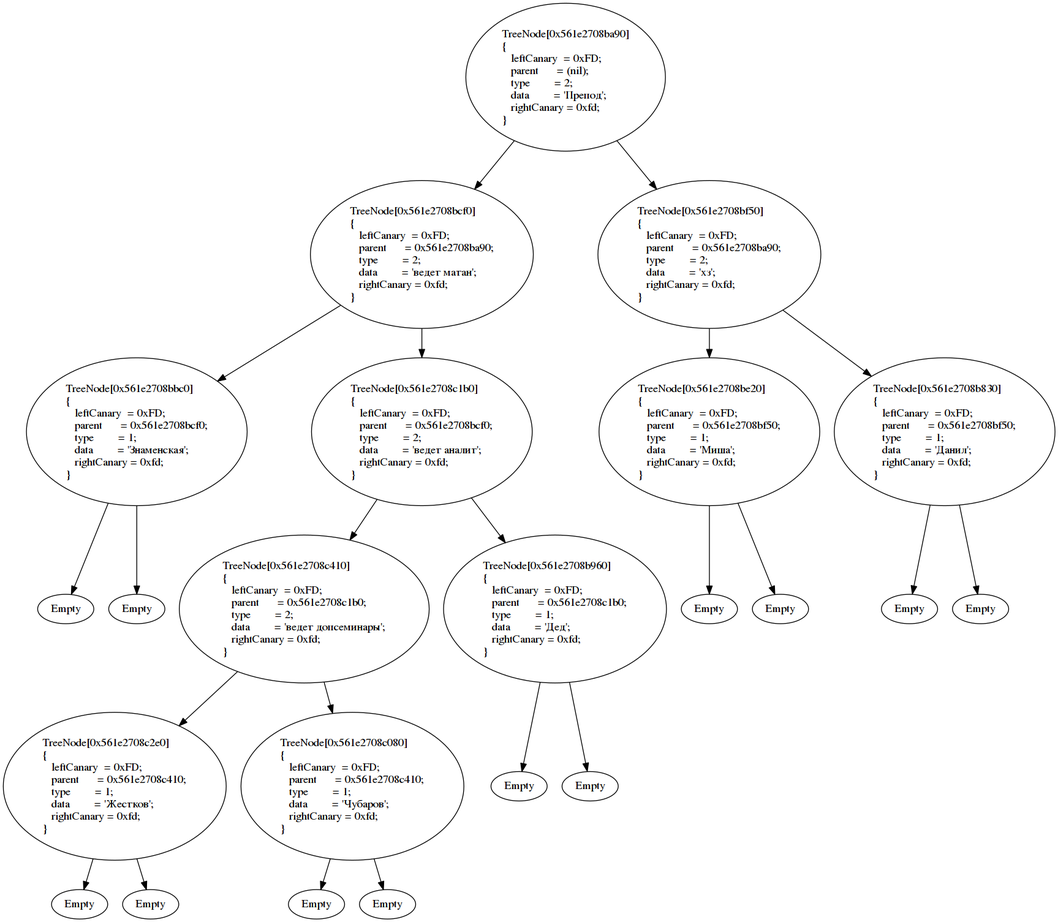
Above: Akinator/AkinatorDump.png in ZeronSix/technotrack (Graphviz), before the change. Its source is kept beside it as Akinator/AkinatorDump.gv.
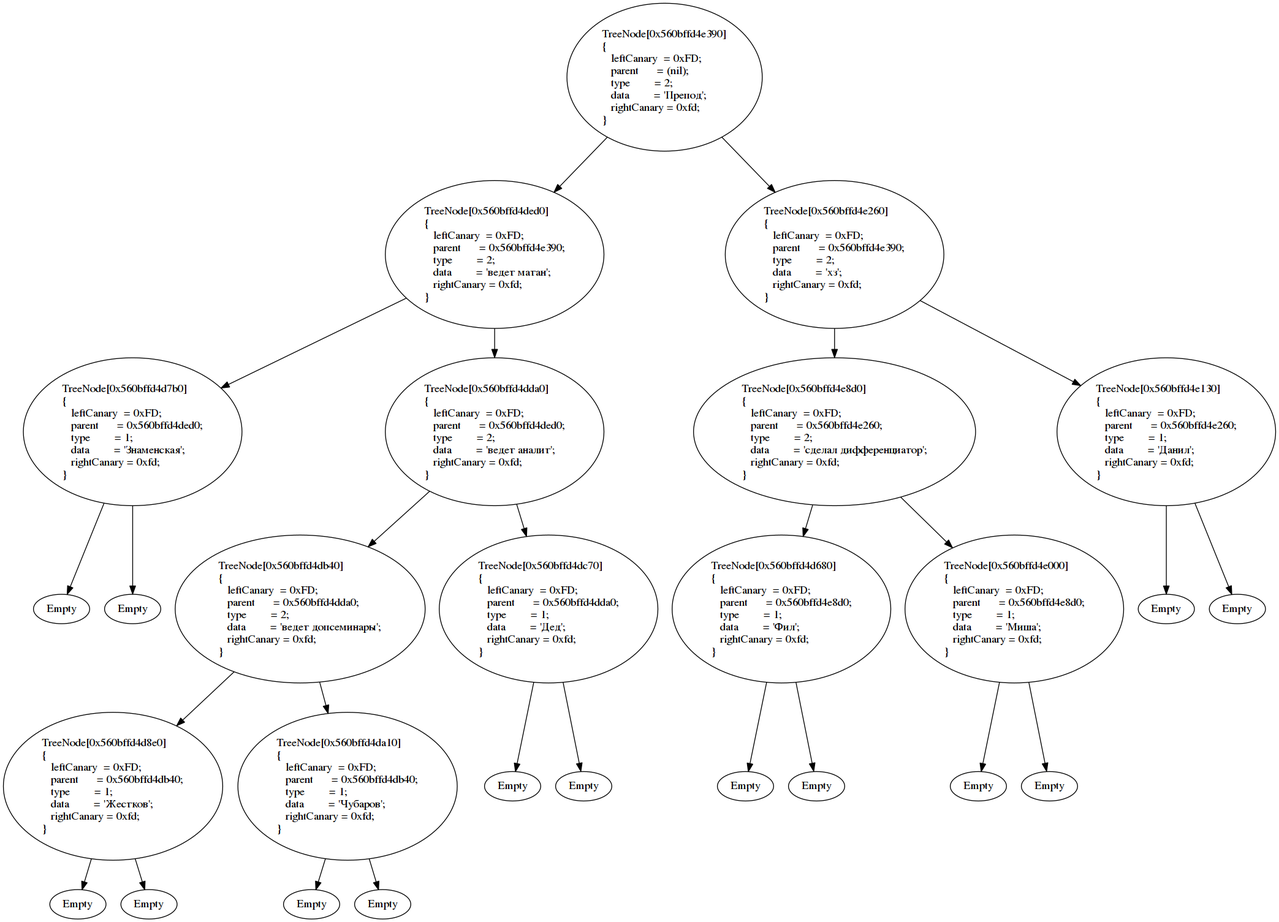
Above is the later version.

What changed in the source:
```diff
@@ -1,47 +1,55 @@
 digraph G {
-TreeNode_0x561e2708ba90 [label="TreeNode[0x561e2708ba90]\l{\l   leftCanary  = 0xFD;\l   parent      = (nil);\l   type        = 2;\l   data        = 'Препод';\l   rightCanary = 0xfd;\l}\l"]
-TreeNode_0x561e2708bcf0 [label="TreeNode[0x561e2708bcf0]\l{\l   leftCanary  = 0xFD;\l   parent      = 0x561e2708ba90;\l   type        = 2;\l   data        = 'ведет матан';\l   rightCanary = 0xfd;\l}\l"]
-TreeNode_0x561e2708bbc0 [label="TreeNode[0x561e2708bbc0]\l{\l   leftCanary  = 0xFD;\l   parent      = 0x561e2708bcf0;\l   type        = 1;\l   data        = 'Знаменская';\l   rightCanary = 0xfd;\l}\l"]
-TreeNode_0x561e2708bbc0_Left [label="Empty"]
-TreeNode_0x561e2708bbc0 -> TreeNode_0x561e2708bbc0_Left
-TreeNode_0x561e2708bbc0_Right [label="Empty"]
-TreeNode_0x561e2708bbc0 -> TreeNode_0x561e2708bbc0_Right
-TreeNode_0x561e2708c1b0 [label="TreeNode[0x561e2708c1b0]\l{\l   leftCanary  = 0xFD;\l   parent      = 0x561e2708bcf0;\l   type        = 2;\l   data        = 'ведет аналит';\l   rightCanary = 0xfd;\l}\l"]
-TreeNode_0x561e2708c410 [label="TreeNode[0x561e2708c410]\l{\l   leftCanary  = 0xFD;\l   parent      = 0x561e2708c1b0;\l   type        = 2;\l   data        = 'ведет допсеминары';\l   rightCanary = 0xfd;\l}\l"]
-TreeNode_0x561e2708c2e0 [label="TreeNode[0x561e2708c2e0]\l{\l   leftCanary  = 0xFD;\l   parent      = 0x561e2708c410;\l   type        = 1;\l   data        = 'Жестков';\l   rightCanary = 0xfd;\l}\l"]
-TreeNode_0x561e2708c2e0_Left [label="Empty"]
-TreeNode_0x561e2708c2e0 -> TreeNode_0x561e2708c2e0_Left
-TreeNode_0x561e2708c2e0_Right [label="Empty"]
-TreeNode_0x561e2708c2e0 -> TreeNode_0x561e2708c2e0_Right
-TreeNode_0x561e2708c080 [label="TreeNode[0x561e2708c080]\l{\l   leftCanary  = 0xFD;\l   parent      = 0x561e2708c410;\l   type        = 1;\l   data        = 'Чубаров';\l   rightCanary = 0xfd;\l}\l"]
-TreeNode_0x561e2708c080_Left [label="Empty"]
-TreeNode_0x561e2708c080 -> TreeNode_0x561e2708c080_Left
-TreeNode_0x561e2708c080_Right [label="Empty"]
-TreeNode_0x561e2708c080 -> TreeNode_0x561e2708c080_Right
-TreeNode_0x561e2708c410 -> TreeNode_0x561e2708c2e0
-TreeNode_0x561e2708c410 -> TreeNode_0x561e2708c080
-TreeNode_0x561e2708b960 [label="TreeNode[0x561e2708b960]\l{\l   leftCanary  = 0xFD;\l   parent      = 0x561e2708c1b0;\l   type        = 1;\l   data        = 'Дед';\l   rightCanary = 0xfd;\l}\l"]
-TreeNode_0x561e2708b960_Left [label="Empty"]
-TreeNode_0x561e2708b960 -> TreeNode_0x561e2708b960_Left
-TreeNode_0x561e2708b960_Right [label="Empty"]
-TreeNode_0x561e2708b960 -> TreeNode_0x561e2708b960_Right
-TreeNode_0x561e2708c1b0 -> TreeNode_0x561e2708c410
-TreeNode_0x561e2708c1b0 -> TreeNode_0x561e2708b960
-TreeNode_0x561e2708bcf0 -> TreeNode_0x561e2708bbc0
-TreeNode_0x561e2708bcf0 -> TreeNode_0x561e2708c1b0
-TreeNode_0x561e2708bf50 [label="TreeNode[0x561e2708bf50]\l{\l   leftCanary  = 0xFD;\l   parent      = 0x561e2708ba90;\l   type        = 2;\l   data        = 'хз';\l   rightCanary = 0xfd;\l}\l"]
-TreeNode_0x561e2708be20 [label="TreeNode[0x561e2708be20]\l{\l   leftCanary  = 0xFD;\l   parent      = 0x561e2708bf50;\l   type        = 1;\l   data        = 'Миша';\l   rightCanary = 0xfd;\l}\l"]
-TreeNode_0x561e2708be20_Left [label="Empty"]
-TreeNode_0x561e2708be20 -> TreeNode_0x561e2708be20_Left
-TreeNode_0x561e2708be20_Right [label="Empty"]
-TreeNode_0x561e2708be20 -> TreeNode_0x561e2708be20_Right
-TreeNode_0x561e2708b830 [label="TreeNode[0x561e2708b830]\l{\l   leftCanary  = 0xFD;\l   parent      = 0x561e2708bf50;\l   type        = 1;\l   data        = 'Данил';\l   rightCanary = 0xfd;\l}\l"]
-TreeNode_0x561e2708b830_Left [label="Empty"]
-TreeNode_0x561e2708b830 -> TreeNode_0x561e2708b830_Left
-TreeNode_0x561e2708b830_Right [label="Empty"]
-TreeNode_0x561e2708b830 -> TreeNode_0x561e2708b830_Right
-TreeNode_0x561e2708bf50 -> TreeNode_0x561e2708be20
-TreeNode_0x561e2708bf50 -> TreeNode_0x561e2708b830
-TreeNode_0x561e2708ba90 -> TreeNode_0x561e2708bcf0
-TreeNode_0x561e2708ba90 -> TreeNode_0x561e2708bf50
+TreeNode_0x560bffd4e390 [label="TreeNode[0x560bffd4e390]\l{\l   leftCanary  = 0xFD;\l   parent      = (nil);\l   type        = 2;\l   data        = 'Препод';\l   rightCanary = 0xfd;\l}\l"]
+TreeNode_0x560bffd4ded0 [label="TreeNode[0x560bffd4ded0]\l{\l   leftCanary  = 0xFD;\l   parent      = 0x560bffd4e390;\l   type        = 2;\l   data        = 'ведет матан';\l   rightCanary = 0xfd;\l}\l"]
+TreeNode_0x560bffd4d7b0 [label="TreeNode[0x560bffd4d7b0]\l{\l   leftCanary  = 0xFD;\l   parent      = 0x560bffd4ded0;\l   type        = 1;\l   data        = 'Знаменская';\l   rightCanary = 0xfd;\l}\l"]
+TreeNode_0x560bffd4d7b0_Left [label="Empty"]
+TreeNode_0x560bffd4d7b0 -> TreeNode_0x560bffd4d7b0_Left
+TreeNode_0x560bffd4d7b0_Right [label="Empty"]
+TreeNode_0x560bffd4d7b0 -> TreeNode_0x560bffd4d7b0_Right
+TreeNode_0x560bffd4dda0 [label="TreeNode[0x560bffd4dda0]\l{\l   leftCanary  = 0xFD;\l   parent      = 0x560bffd4ded0;\l   type        = 2;\l   data        = 'ведет аналит';\l   rightCanary = 0xfd;\l}\l"]
+TreeNode_0x560bffd4db40 [label="TreeNode[0x560bffd4db40]\l{\l   leftCanary  = 0xFD;\l   parent      = 0x560bffd4dda0;\l   type        = 2;\l   data        = 'ведет допсеминары';\l   rightCanary = 0xfd;\l}\l"]
+TreeNode_0x560bffd4d8e0 [label="TreeNode[0x560bffd4d8e0]\l{\l   leftCanary  = 0xFD;\l   parent      = 0x560bffd4db40;\l   type        = 1;\l   data        = 'Жестков';\l   rightCanary = 0xfd;\l}\l"]
+TreeNode_0x560bffd4d8e0_Left [label="Empty"]
+TreeNode_0x560bffd4d8e0 -> TreeNode_0x560bffd4d8e0_Left
+TreeNode_0x560bffd4d8e0_Right [label="Empty"]
+TreeNode_0x560bffd4d8e0 -> TreeNode_0x560bffd4d8e0_Right
+TreeNode_0x560bffd4da10 [label="TreeNode[0x560bffd4da10]\l{\l   leftCanary  = 0xFD;\l   parent      = 0x560bffd4db40;\l   type        = 1;\l   data        = 'Чубаров';\l   rightCanary = 0xfd;\l}\l"]
+TreeNode_0x560bffd4da10_Left [label="Empty"]
+TreeNode_0x560bffd4da10 -> TreeNode_0x560bffd4da10_Left
+TreeNode_0x560bffd4da10_Right [label="Empty"]
+TreeNode_0x560bffd4da10 -> TreeNode_0x560bffd4da10_Right
+TreeNode_0x560bffd4db40 -> TreeNode_0x560bffd4d8e0
+TreeNode_0x560bffd4db40 -> TreeNode_0x560bffd4da10
+TreeNode_0x560bffd4dc70 [label="TreeNode[0x560bffd4dc70]\l{\l   leftCanary  = 0xFD;\l   parent      = 0x560bffd4dda0;\l   type        = 1;\l   data        = 'Дед';\l   rightCanary = 0xfd;\l}\l"]
+TreeNode_0x560bffd4dc70_Left [label="Empty"]
+TreeNode_0x560bffd4dc70 -> TreeNode_0x560bffd4dc70_Left
+TreeNode_0x560bffd4dc70_Right [label="Empty"]
+TreeNode_0x560bffd4dc70 -> TreeNode_0x560bffd4dc70_Right
+TreeNode_0x560bffd4dda0 -> TreeNode_0x560bffd4db40
+TreeNode_0x560bffd4dda0 -> TreeNode_0x560bffd4dc70
+TreeNode_0x560bffd4ded0 -> TreeNode_0x560bffd4d7b0
+TreeNode_0x560bffd4ded0 -> TreeNode_0x560bffd4dda0
+TreeNode_0x560bffd4e260 [label="TreeNode[0x560bffd4e260]\l{\l   leftCanary  = 0xFD;\l   parent      = 0x560bffd4e390;\l   type        = 2;\l   data        = 'хз';\l   rightCanary = 0xfd;\l}\l"]
+TreeNode_0x560bffd4e8d0 [label="TreeNode[0x560bffd4e8d0]\l{\l   leftCanary  = 0xFD;\l   parent      = 0x560bffd4e260;\l   type        = 2;\l   data        = 'сделал дифференциатор';\l   rightCanary = 0xfd;\l}\l"]
+TreeNode_0x560bffd4d680 [label="TreeNode[0x560bffd4d680]\l{\l   leftCanary  = 0xFD;\l   parent      = 0x560bffd4e8d0;\l   type        = 1;\l   data        = 'Фил';\l   rightCanary = 0xfd;\l}\l"]
+TreeNode_0x560bffd4d680_Left [label="Empty"]
+TreeNode_0x560bffd4d680 -> TreeNode_0x560bffd4d680_Left
+TreeNode_0x560bffd4d680_Right [label="Empty"]
+TreeNode_0x560bffd4d680 -> TreeNode_0x560bffd4d680_Right
+TreeNode_0x560bffd4e000 [label="TreeNode[0x560bffd4e000]\l{\l   leftCanary  = 0xFD;\l   parent      = 0x560bffd4e8d0;\l   type        = 1;\l   data        = 'Миша';\l   rightCanary = 0xfd;\l}\l"]
+TreeNode_0x560bffd4e000_Left [label="Empty"]
+TreeNode_0x560bffd4e000 -> TreeNode_0x560bffd4e000_Left
+TreeNode_0x560bffd4e000_Right [label="Empty"]
+TreeNode_0x560bffd4e000 -> TreeNode_0x560bffd4e000_Right
+TreeNode_0x560bffd4e8d0 -> TreeNode_0x560bffd4d680
+TreeNode_0x560bffd4e8d0 -> TreeNode_0x560bffd4e000
+TreeNode_0x560bffd4e130 [label="TreeNode[0x560bffd4e130]\l{\l   leftCanary  = 0xFD;\l   parent      = 0x560bffd4e260;\l   type        = 1;\l   data        = 'Данил';\l   rightCanary = 0xfd;\l}\l"]
+TreeNode_0x560bffd4e130_Left [label="Empty"]
+TreeNode_0x560bffd4e130 -> TreeNode_0x560bffd4e130_Left
+TreeNode_0x560bffd4e130_Right [label="Empty"]
+TreeNode_0x560bffd4e130 -> TreeNode_0x560bffd4e130_Right
+TreeNode_0x560bffd4e260 -> TreeNode_0x560bffd4e8d0
+TreeNode_0x560bffd4e260 -> TreeNode_0x560bffd4e130
+TreeNode_0x560bffd4e390 -> TreeNode_0x560bffd4ded0
+TreeNode_0x560bffd4e390 -> TreeNode_0x560bffd4e260
 }
```
